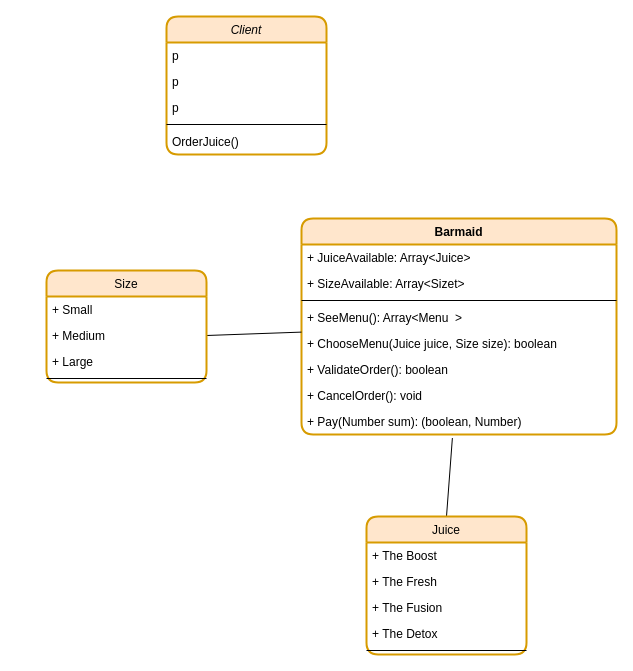
Earlier version of the draw.io diagram page "Class" (2 of 3) of Conception/Domaine.drawio (sokhnat/fipipn-02-info-1-exam). Source tidied: cells renumbered, new cells numbered last; positions are measured from the earlier drawing's top-left corner, leaving out a move shared by most shapes. Both pictures are drawn from the tidied source at 100%, with x=0, y=0 at pixel (46, 16).
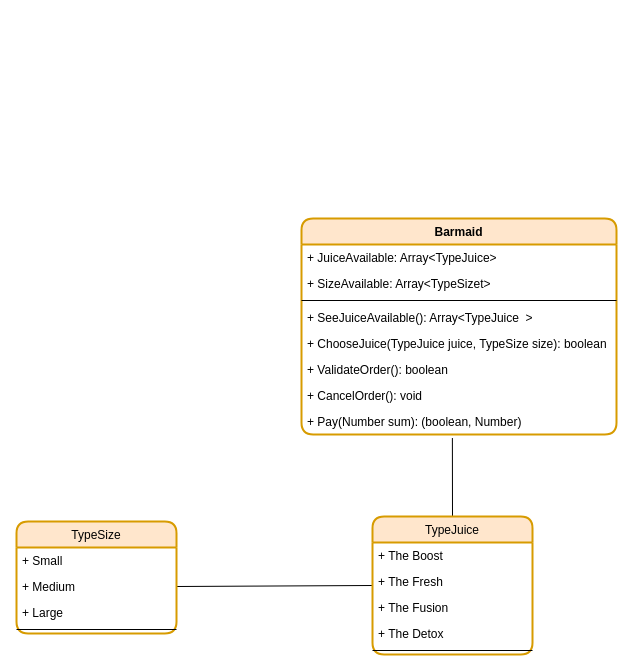
Above is the later version.

Unchanged cells that the change refers to:
```xml
<mxCell id="3" value="Barmaid" style="swimlane;fontStyle=1;align=center;verticalAlign=top;horizontal=1;startSize=26;rounded=1;strokeWidth=2;fillColor=#ffe6cc;strokeColor=#d79b00;" parent="1" vertex="1">
  <mxGeometry x="255" y="202" width="315" height="216" as="geometry" />
</mxCell>
<mxCell id="15" value="+ Medium" style="text;align=left;verticalAlign=top;spacingLeft=4;spacingRight=4;overflow=hidden;points=[[0,0.5],[1,0.5]];portConstraint=eastwest;rounded=0;shadow=0;html=0;" parent="13" vertex="1">
  <mxGeometry y="52" width="160" height="26" as="geometry" />
</mxCell>
```

Change to the diagram source:
```diff
@@
-    <mxCell id="4" value="+ JuiceAvailable: Array&lt;Juice&gt;" style="text;strokeColor=none;fillColor=none;align=left;verticalAlign=top;spacingLeft=4;spacingRight=4;overflow=hidden;rounded=1;" parent="3" vertex="1">
+    <mxCell id="4" value="+ JuiceAvailable: Array&lt;TypeJuice&gt;" style="text;strokeColor=none;fillColor=none;align=left;verticalAlign=top;spacingLeft=4;spacingRight=4;overflow=hidden;rounded=1;" parent="3" vertex="1">
       <mxGeometry y="26" width="315" height="26" as="geometry" />
     </mxCell>
-    <mxCell id="5" value="+ SizeAvailable: Array&lt;Sizet&gt;" style="text;strokeColor=none;fillColor=none;align=left;verticalAlign=top;spacingLeft=4;spacingRight=4;overflow=hidden;rounded=1;" parent="3" vertex="1">
+    <mxCell id="5" value="+ SizeAvailable: Array&lt;TypeSizet&gt;" style="text;strokeColor=none;fillColor=none;align=left;verticalAlign=top;spacingLeft=4;spacingRight=4;overflow=hidden;rounded=1;" parent="3" vertex="1">
       <mxGeometry y="52" width="315" height="26" as="geometry" />
     </mxCell>
@@
-    <mxCell id="7" value="+ SeeMenu(): Array&lt;Menu  &gt;" style="text;strokeColor=none;fillColor=none;align=left;verticalAlign=top;spacingLeft=4;spacingRight=4;overflow=hidden;rounded=1;" parent="3" vertex="1">
+    <mxCell id="7" value="+ SeeJuiceAvailable(): Array&lt;TypeJuice  &gt;" style="text;strokeColor=none;fillColor=none;align=left;verticalAlign=top;spacingLeft=4;spacingRight=4;overflow=hidden;rounded=1;" parent="3" vertex="1">
       <mxGeometry y="86" width="315" height="26" as="geometry" />
     </mxCell>
-    <mxCell id="8" value="+ ChooseMenu(Juice juice, Size size): boolean" style="text;strokeColor=none;fillColor=none;align=left;verticalAlign=top;spacingLeft=4;spacingRight=4;overflow=hidden;rounded=1;" parent="3" vertex="1">
+    <mxCell id="8" value="+ ChooseJuice(TypeJuice juice, TypeSize size): boolean" style="text;strokeColor=none;fillColor=none;align=left;verticalAlign=top;spacingLeft=4;spacingRight=4;overflow=hidden;rounded=1;" parent="3" vertex="1">
       <mxGeometry y="112" width="315" height="26" as="geometry" />
     </mxCell>
@@
-    <mxCell id="12" style="edgeStyle=none;rounded=0;jettySize=auto;html=1;exitX=1;exitY=0.5;exitDx=0;exitDy=0;endArrow=none;endFill=0;strokeColor=#000000;" parent="1" edge="1" source="15" target="3">
+    <mxCell id="12" style="edgeStyle=none;rounded=0;jettySize=auto;html=1;exitX=1;exitY=0.5;exitDx=0;exitDy=0;endArrow=none;endFill=0;strokeColor=#000000;entryX=0;entryY=0.5;entryDx=0;entryDy=0;" parent="1" edge="1" source="15" target="18">
       <mxGeometry relative="1" as="geometry" />
     </mxCell>
-    <mxCell id="13" value="Size" style="swimlane;fontStyle=0;align=center;verticalAlign=top;horizontal=1;startSize=26;rounded=1;shadow=0;strokeWidth=2;fillColor=#ffe6cc;strokeColor=#d79b00;" parent="1" vertex="1">
-      <mxGeometry y="254" width="160" height="112" as="geometry" />
+    <mxCell id="13" value="TypeSize" style="swimlane;fontStyle=0;align=center;verticalAlign=top;horizontal=1;startSize=26;rounded=1;shadow=0;strokeWidth=2;fillColor=#ffe6cc;strokeColor=#d79b00;" parent="1" vertex="1">
+      <mxGeometry x="-30" y="505" width="160" height="112" as="geometry" />
     </mxCell>
@@
-    <mxCell id="18" value="Juice" style="swimlane;fontStyle=0;align=center;verticalAlign=top;horizontal=1;startSize=26;rounded=1;shadow=0;strokeWidth=2;fillColor=#ffe6cc;strokeColor=#d79b00;" parent="1" vertex="1">
-      <mxGeometry x="320" y="500" width="160" height="138" as="geometry" />
+    <mxCell id="18" value="TypeJuice" style="swimlane;fontStyle=0;align=center;verticalAlign=top;horizontal=1;startSize=26;rounded=1;shadow=0;strokeWidth=2;fillColor=#ffe6cc;strokeColor=#d79b00;" parent="1" vertex="1">
+      <mxGeometry x="326" y="500" width="160" height="138" as="geometry" />
     </mxCell>
@@
-    <mxCell id="24" value="Client" style="swimlane;fontStyle=2;align=center;verticalAlign=top;horizontal=1;startSize=26;rounded=1;shadow=0;strokeWidth=2;fillColor=#ffe6cc;strokeColor=#d79b00;" parent="1" vertex="1">
-      <mxGeometry x="120" width="160" height="138" as="geometry" />
-    </mxCell>
-    <mxCell id="25" value="p&#10;" style="text;align=left;verticalAlign=top;spacingLeft=4;spacingRight=4;overflow=hidden;" parent="24" vertex="1">
-      <mxGeometry y="26" width="160" height="26" as="geometry" />
-    </mxCell>
-    <mxCell id="26" value="p" style="text;align=left;verticalAlign=top;spacingLeft=4;spacingRight=4;overflow=hidden;rounded=0;shadow=0;html=0;" parent="24" vertex="1">
-      <mxGeometry y="52" width="160" height="26" as="geometry" />
-    </mxCell>
-    <mxCell id="27" value="p" style="text;align=left;verticalAlign=top;spacingLeft=4;spacingRight=4;overflow=hidden;rounded=0;shadow=0;html=0;" parent="24" vertex="1">
-      <mxGeometry y="78" width="160" height="26" as="geometry" />
-    </mxCell>
-    <mxCell id="28" style="line;html=1;strokeWidth=1;align=left;verticalAlign=middle;spacingTop=-1;spacingLeft=3;spacingRight=3;labelPosition=right;" parent="24" vertex="1">
-      <mxGeometry y="104" width="160" height="8" as="geometry" />
-    </mxCell>
-    <mxCell id="29" value="OrderJuice()" style="text;align=left;verticalAlign=top;spacingLeft=4;spacingRight=4;overflow=hidden;" parent="24" vertex="1">
-      <mxGeometry y="112" width="160" height="26" as="geometry" />
-    </mxCell>
```
